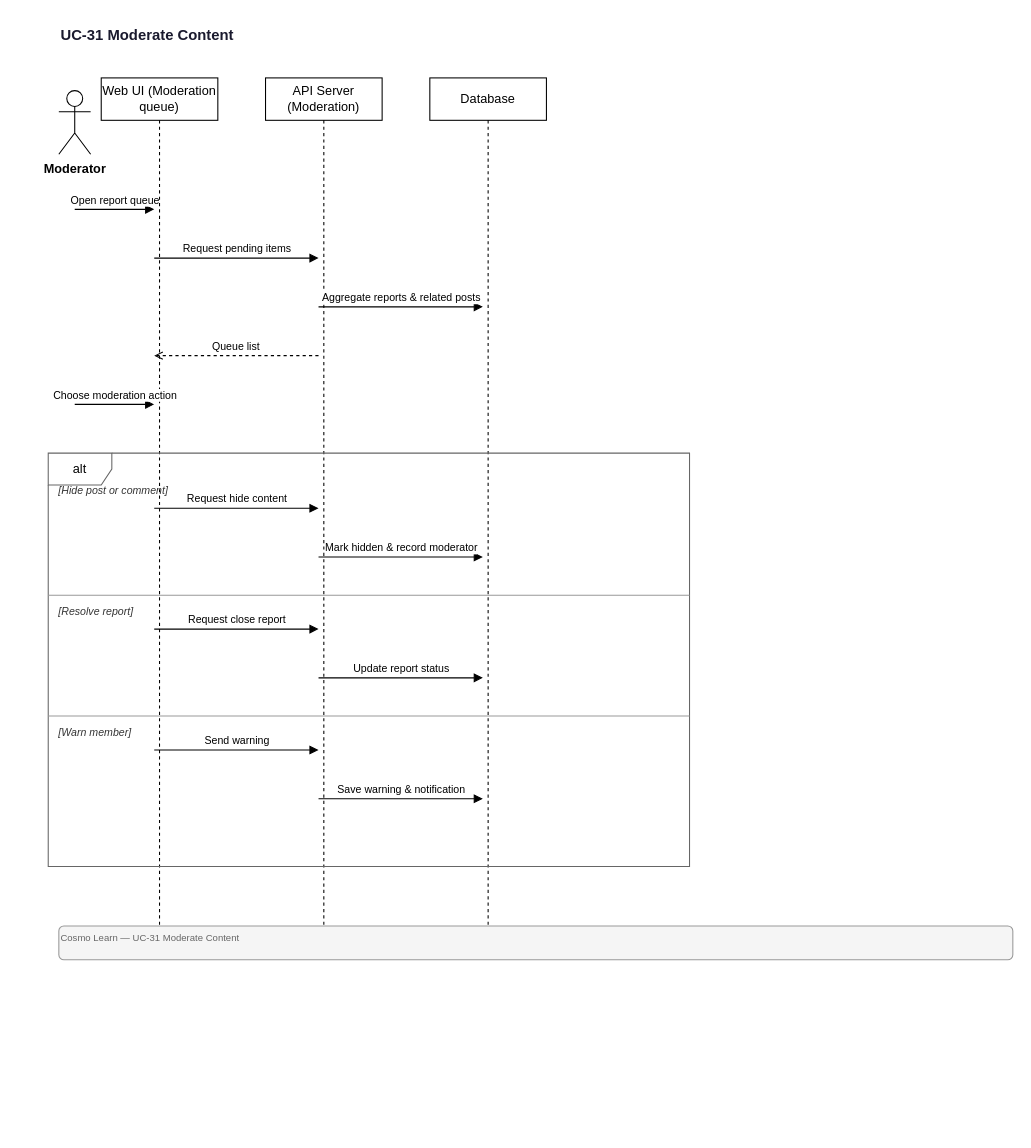
quangg1/ASTRO_EDU keeps this draw.io diagram as docs/diagrams/sequence/UC-31-Moderate-Content.drawio. Above is the earlier version. Source tidied: cells renumbered, new cells numbered last; positions are measured from the earlier drawing's top-left corner, leaving out a move shared by most shapes. Both pictures are drawn from the tidied source at 106%, with x=0, y=0 at pixel (48, 18).
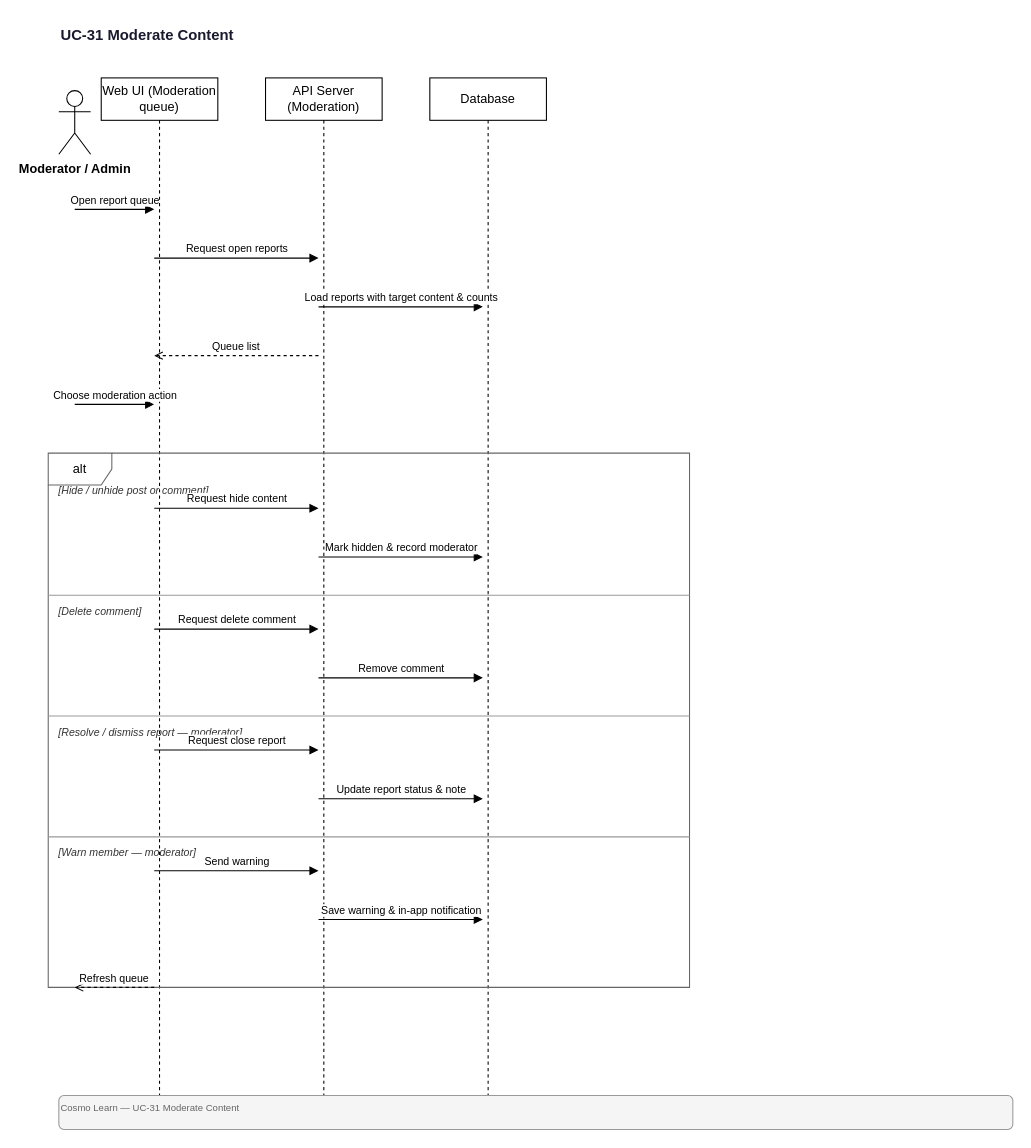
Above is the later version.

What changed in the source:
```diff
@@
-    <mxCell id="3" value="Moderator" style="shape=umlActor;verticalLabelPosition=bottom;verticalAlign=top;html=1;fontSize=12;fontStyle=1;" parent="1" vertex="1">
+    <mxCell id="3" value="Moderator / Admin" style="shape=umlActor;verticalLabelPosition=bottom;verticalAlign=top;html=1;fontSize=12;fontStyle=1;" parent="1" vertex="1">
       <mxGeometry x="10" y="68" width="30" height="60" as="geometry" />
     </mxCell>
     <mxCell id="4" value="Web UI (Moderation queue)" style="shape=umlLifeline;perimeter=lifelinePerimeter;whiteSpace=wrap;html=1;size=40;" parent="1" vertex="1">
-      <mxGeometry x="50" y="56" width="110" height="802" as="geometry" />
+      <mxGeometry x="50" y="56" width="110" height="962" as="geometry" />
     </mxCell>
     <mxCell id="5" value="API Server (Moderation)" style="shape=umlLifeline;perimeter=lifelinePerimeter;whiteSpace=wrap;html=1;size=40;" parent="1" vertex="1">
-      <mxGeometry x="205" y="56" width="110" height="802" as="geometry" />
+      <mxGeometry x="205" y="56" width="110" height="962" as="geometry" />
     </mxCell>
     <mxCell id="6" value="Database" style="shape=umlLifeline;perimeter=lifelinePerimeter;whiteSpace=wrap;html=1;size=40;" parent="1" vertex="1">
-      <mxGeometry x="360" y="56" width="110" height="802" as="geometry" />
+      <mxGeometry x="360" y="56" width="110" height="962" as="geometry" />
     </mxCell>
@@
-    <mxCell id="8" value="Request pending items" style="endArrow=block;endFill=1;html=1;fontSize=10;verticalAlign=bottom;" parent="1" edge="1">
+    <mxCell id="8" value="Request open reports" style="endArrow=block;endFill=1;html=1;fontSize=10;verticalAlign=bottom;" parent="1" edge="1">
       <mxGeometry relative="1" as="geometry">
         <mxPoint x="100" y="226" as="sourcePoint" />
         <mxPoint x="255" y="226" as="targetPoint" />
       </mxGeometry>
     </mxCell>
-    <mxCell id="9" value="Aggregate reports &amp; related posts" style="endArrow=block;endFill=1;html=1;fontSize=10;verticalAlign=bottom;" parent="1" edge="1">
+    <mxCell id="9" value="Load reports with target content &amp; counts" style="endArrow=block;endFill=1;html=1;fontSize=10;verticalAlign=bottom;" parent="1" edge="1">
       <mxGeometry relative="1" as="geometry">
         <mxPoint x="255" y="272" as="sourcePoint" />
         <mxPoint x="410" y="272" as="targetPoint" />
       </mxGeometry>
     </mxCell>
@@
     <mxCell id="12" value="alt" style="shape=umlFrame;whiteSpace=wrap;html=1;fillColor=none;strokeColor=#666666;" parent="1" vertex="1">
-      <mxGeometry y="410" width="605" height="390" as="geometry" />
+      <mxGeometry y="410" width="605" height="504" as="geometry" />
     </mxCell>
-    <mxCell id="13" value="[Hide post or comment]" style="text;html=1;strokeColor=none;fillColor=none;align=left;verticalAlign=middle;fontSize=10;fontStyle=2;fontColor=#333333;" parent="1" vertex="1">
+    <mxCell id="13" value="[Hide / unhide post or comment]" style="text;html=1;strokeColor=none;fillColor=none;align=left;verticalAlign=middle;fontSize=10;fontStyle=2;fontColor=#333333;" parent="1" vertex="1">
       <mxGeometry x="8" y="436" width="589" height="18" as="geometry" />
     </mxCell>
@@
-    <mxCell id="16" value="[Resolve report]" style="text;html=1;strokeColor=none;fillColor=none;align=left;verticalAlign=middle;fontSize=10;fontStyle=2;fontColor=#333333;" parent="1" vertex="1">
+    <mxCell id="16" value="[Delete comment]" style="text;html=1;strokeColor=none;fillColor=none;align=left;verticalAlign=middle;fontSize=10;fontStyle=2;fontColor=#333333;" parent="1" vertex="1">
       <mxGeometry x="8" y="550" width="589" height="18" as="geometry" />
     </mxCell>
@@
-    <mxCell id="18" value="Request close report" style="endArrow=block;endFill=1;html=1;fontSize=10;verticalAlign=bottom;" parent="1" edge="1">
+    <mxCell id="18" value="Request delete comment" style="endArrow=block;endFill=1;html=1;fontSize=10;verticalAlign=bottom;" parent="1" edge="1">
       <mxGeometry relative="1" as="geometry">
         <mxPoint x="100" y="576" as="sourcePoint" />
         <mxPoint x="255" y="576" as="targetPoint" />
       </mxGeometry>
     </mxCell>
-    <mxCell id="19" value="Update report status" style="endArrow=block;endFill=1;html=1;fontSize=10;verticalAlign=bottom;" parent="1" edge="1">
+    <mxCell id="19" value="Remove comment" style="endArrow=block;endFill=1;html=1;fontSize=10;verticalAlign=bottom;" parent="1" edge="1">
       <mxGeometry relative="1" as="geometry">
         <mxPoint x="255" y="622" as="sourcePoint" />
         <mxPoint x="410" y="622" as="targetPoint" />
       </mxGeometry>
     </mxCell>
-    <mxCell id="20" value="[Warn member]" style="text;html=1;strokeColor=none;fillColor=none;align=left;verticalAlign=middle;fontSize=10;fontStyle=2;fontColor=#333333;" parent="1" vertex="1">
+    <mxCell id="20" value="[Resolve / dismiss report — moderator]" style="text;html=1;strokeColor=none;fillColor=none;align=left;verticalAlign=middle;fontSize=10;fontStyle=2;fontColor=#333333;" parent="1" vertex="1">
       <mxGeometry x="8" y="664" width="589" height="18" as="geometry" />
     </mxCell>
@@
-    <mxCell id="22" value="Send warning" style="endArrow=block;endFill=1;html=1;fontSize=10;verticalAlign=bottom;" parent="1" edge="1">
+    <mxCell id="22" value="Request close report" style="endArrow=block;endFill=1;html=1;fontSize=10;verticalAlign=bottom;" parent="1" edge="1">
       <mxGeometry relative="1" as="geometry">
         <mxPoint x="100" y="690" as="sourcePoint" />
         <mxPoint x="255" y="690" as="targetPoint" />
       </mxGeometry>
     </mxCell>
-    <mxCell id="23" value="Save warning &amp; notification" style="endArrow=block;endFill=1;html=1;fontSize=10;verticalAlign=bottom;" parent="1" edge="1">
+    <mxCell id="23" value="Update report status &amp; note" style="endArrow=block;endFill=1;html=1;fontSize=10;verticalAlign=bottom;" parent="1" edge="1">
       <mxGeometry relative="1" as="geometry">
         <mxPoint x="255" y="736" as="sourcePoint" />
         <mxPoint x="410" y="736" as="targetPoint" />
       </mxGeometry>
     </mxCell>
-    <mxCell id="24" value="Cosmo Learn — UC-31 Moderate Content" style="text;html=1;strokeColor=#999;fillColor=#f5f5f5;align=left;verticalAlign=top;fontSize=9;fontColor=#666;rounded=1;" parent="1" vertex="1">
-      <mxGeometry x="10" y="856" width="900" height="32" as="geometry" />
+    <mxCell id="24" value="[Warn member — moderator]" style="text;html=1;strokeColor=none;fillColor=none;align=left;verticalAlign=middle;fontSize=10;fontStyle=2;fontColor=#333333;" parent="1" vertex="1">
+      <mxGeometry x="8" y="778" width="589" height="18" as="geometry" />
     </mxCell>
+    <mxCell id="25" style="endArrow=none;html=1;strokeWidth=1;strokeColor=#999999;" parent="1" edge="1">
+      <mxGeometry relative="1" as="geometry">
+        <mxPoint y="772" as="sourcePoint" />
+        <mxPoint x="605" y="772" as="targetPoint" />
+      </mxGeometry>
+    </mxCell>
+    <mxCell id="26" value="Send warning" style="endArrow=block;endFill=1;html=1;fontSize=10;verticalAlign=bottom;" parent="1" edge="1">
+      <mxGeometry relative="1" as="geometry">
+        <mxPoint x="100" y="804" as="sourcePoint" />
+        <mxPoint x="255" y="804" as="targetPoint" />
+      </mxGeometry>
+    </mxCell>
+    <mxCell id="27" value="Save warning &amp; in-app notification" style="endArrow=block;endFill=1;html=1;fontSize=10;verticalAlign=bottom;" parent="1" edge="1">
+      <mxGeometry relative="1" as="geometry">
+        <mxPoint x="255" y="850" as="sourcePoint" />
+        <mxPoint x="410" y="850" as="targetPoint" />
+      </mxGeometry>
+    </mxCell>
+    <mxCell id="28" value="Refresh queue" style="endArrow=open;endFill=0;html=1;dashed=1;fontSize=10;verticalAlign=bottom;" parent="1" edge="1">
+      <mxGeometry relative="1" as="geometry">
+        <mxPoint x="100" y="914" as="sourcePoint" />
+        <mxPoint x="25" y="914" as="targetPoint" />
+      </mxGeometry>
+    </mxCell>
+    <mxCell id="29" value="Cosmo Learn — UC-31 Moderate Content" style="text;html=1;strokeColor=#999;fillColor=#f5f5f5;align=left;verticalAlign=top;fontSize=9;fontColor=#666;rounded=1;" parent="1" vertex="1">
+      <mxGeometry x="10" y="1016" width="900" height="32" as="geometry" />
+    </mxCell>
```
